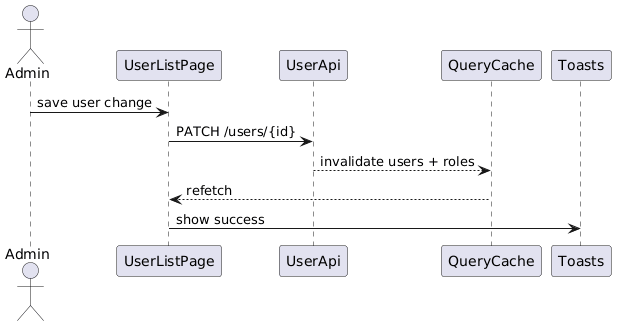
Earlier version of the PlantUML export docs/detailed-designs/diagrams/rendered/fe_seq_user_crud.png (QuinntyneBrown/LendQ).
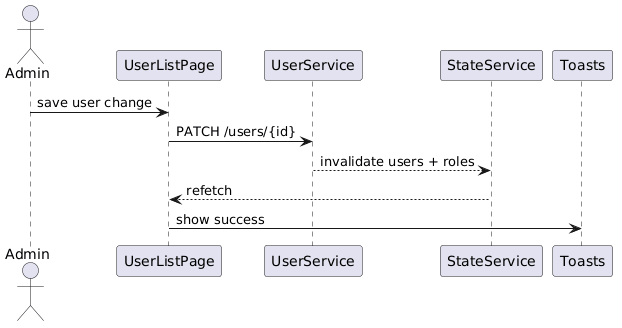
After the change.

The edit, as a diff of the source:
```diff
@@ -1,13 +1,13 @@
 @startuml
 actor Admin
 participant UserListPage
-participant UserApi
-participant QueryCache
+participant UserService
+participant StateService
 participant Toasts
 
 Admin -> UserListPage : save user change
-UserListPage -> UserApi : PATCH /users/{id}
-UserApi --> QueryCache : invalidate users + roles
-QueryCache --> UserListPage : refetch
+UserListPage -> UserService : PATCH /users/{id}
+UserService --> StateService : invalidate users + roles
+StateService --> UserListPage : refetch
 UserListPage -> Toasts : show success
 @enduml
```
